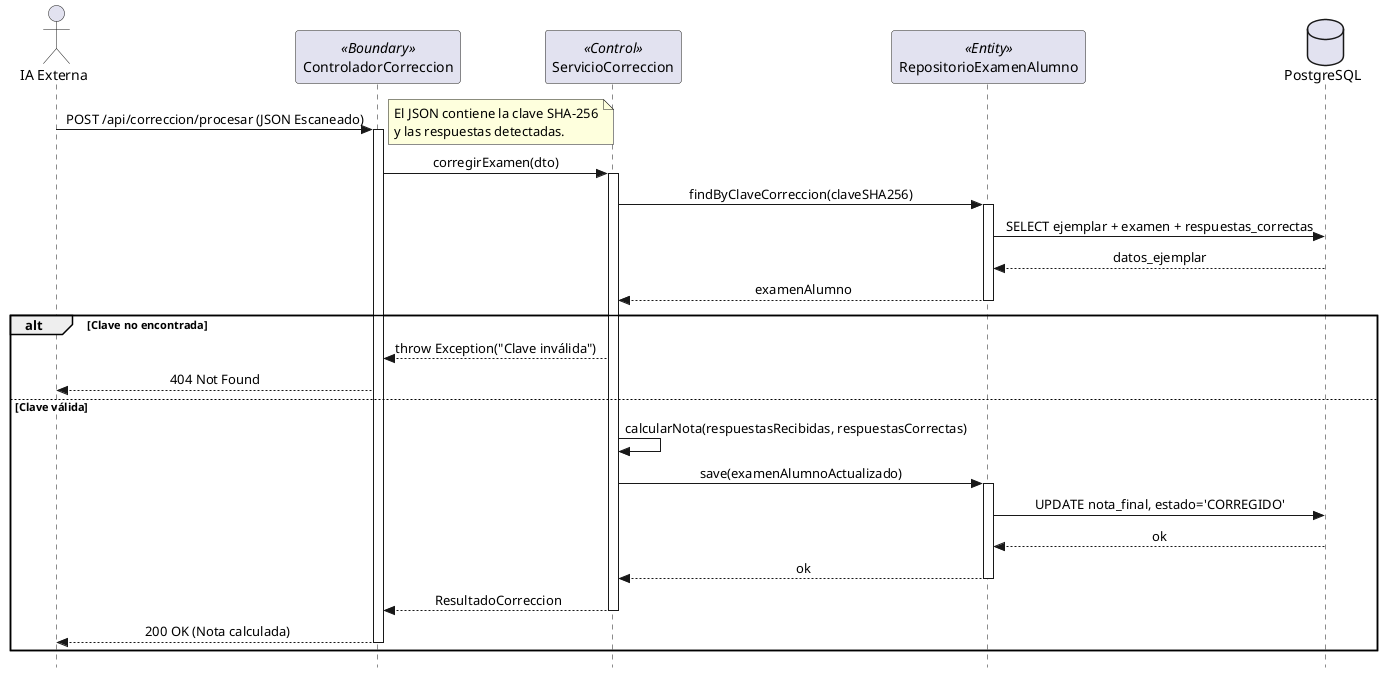
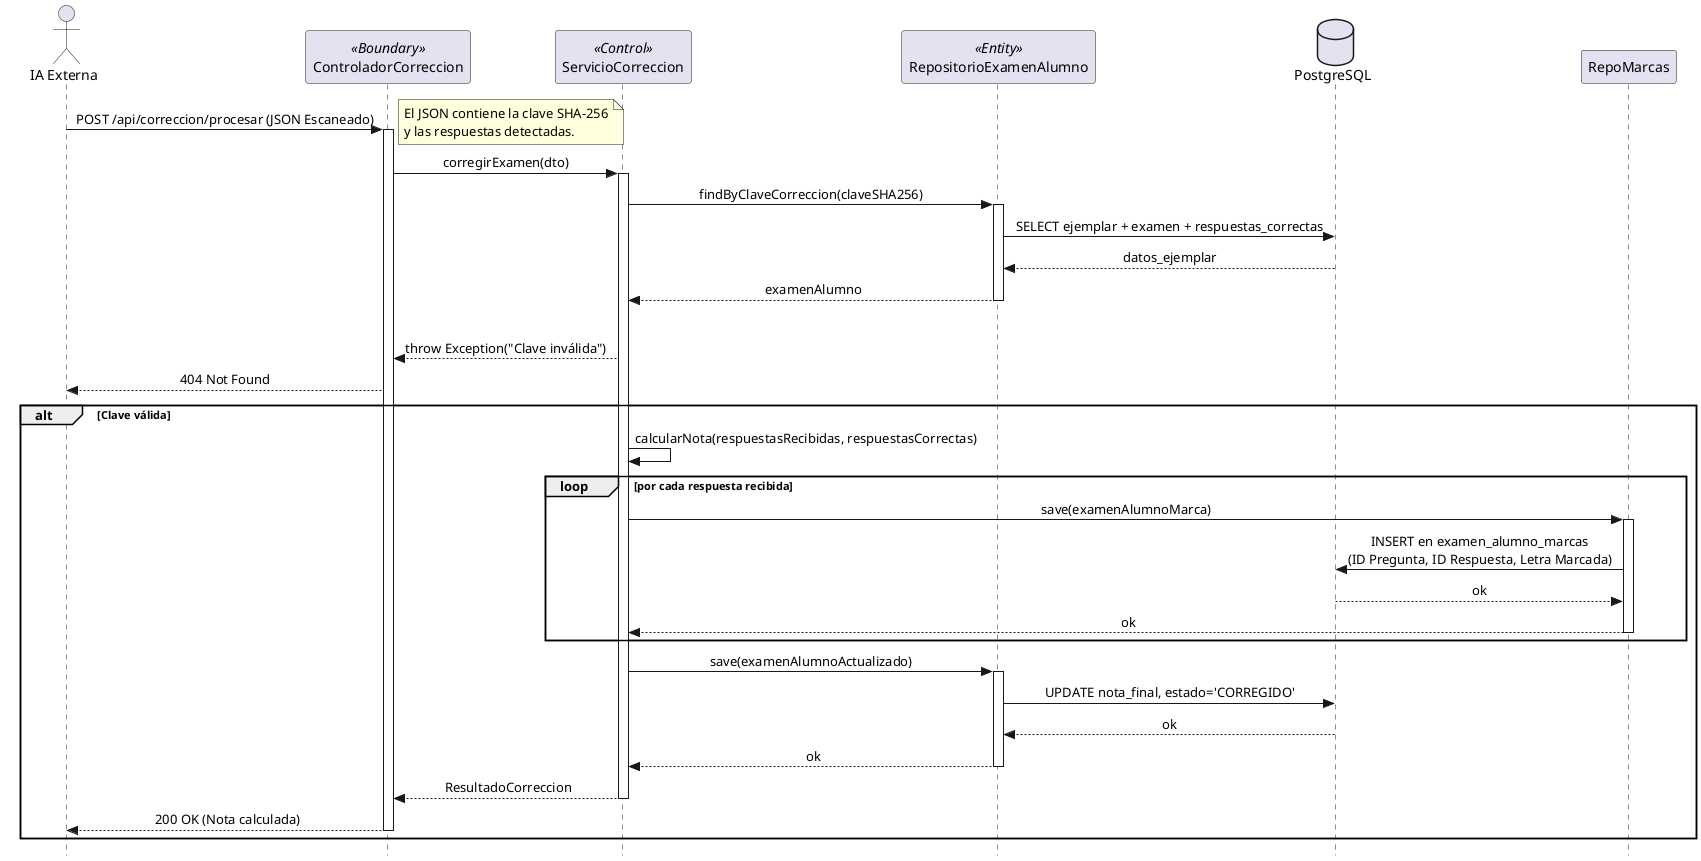
@startuml secuencia-cu01-corregir-examen
skinparam style strictuml
skinparam sequenceMessageAlign center

actor "IA Externa" as IA
participant "ControladorCorreccion" as Boundary <<Boundary>>
participant "ServicioCorreccion" as Control <<Control>>
participant "RepositorioExamenAlumno" as RepoExAl <<Entity>>
database "PostgreSQL" as DB

IA -> Boundary : POST /api/correccion/procesar (JSON Escaneado)
activate Boundary
note right: El JSON contiene la clave SHA-256\ny las respuestas detectadas.

Boundary -> Control : corregirExamen(dto)
activate Control

Control -> RepoExAl : findByClaveCorreccion(claveSHA256)
activate RepoExAl
RepoExAl -> DB : SELECT ejemplar + examen + respuestas_correctas
DB --> RepoExAl : datos_ejemplar
RepoExAl --> Control : examenAlumno
deactivate RepoExAl

alt Clave no encontrada
    Control --> Boundary : throw Exception("Clave inválida")
    Boundary --> IA : 404 Not Found
- else Clave válida
+ alt Clave válida
    Control -> Control : calcularNota(respuestasRecibidas, respuestasCorrectas)
+ 
+     loop por cada respuesta recibida
+         Control -> RepoMarcas : save(examenAlumnoMarca)
+         activate RepoMarcas
+         RepoMarcas -> DB : INSERT en examen_alumno_marcas\n(ID Pregunta, ID Respuesta, Letra Marcada)
+         DB --> RepoMarcas : ok
+         RepoMarcas --> Control : ok
+         deactivate RepoMarcas
+     end

    Control -> RepoExAl : save(examenAlumnoActualizado)
    activate RepoExAl
    RepoExAl -> DB : UPDATE nota_final, estado='CORREGIDO'
    DB --> RepoExAl : ok
    RepoExAl --> Control : ok
    deactivate RepoExAl

    Control --> Boundary : ResultadoCorreccion
    deactivate Control

    Boundary --> IA : 200 OK (Nota calculada)
    deactivate Boundary
end

@enduml
